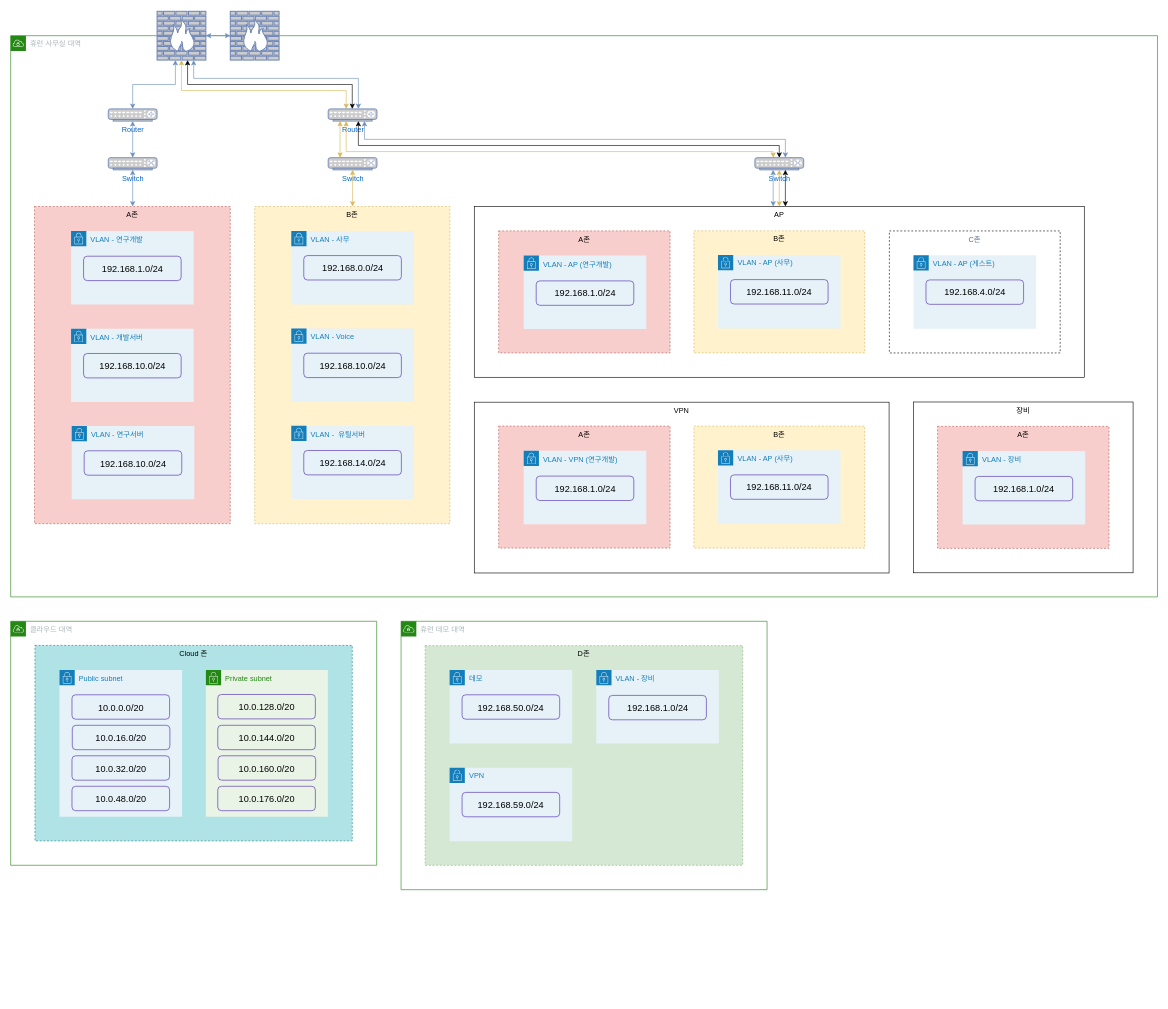
Before: page "To-Be" (2 of 2) of 네트워크.drawio in junho-nam/drawio, a draw.io diagram. Source tidied: cells renumbered, new cells numbered last; positions are measured from the earlier drawing's top-left corner, leaving out a move shared by most shapes. Both pictures are drawn from the tidied source at 61%, with x=0, y=0 at pixel (10, 11).
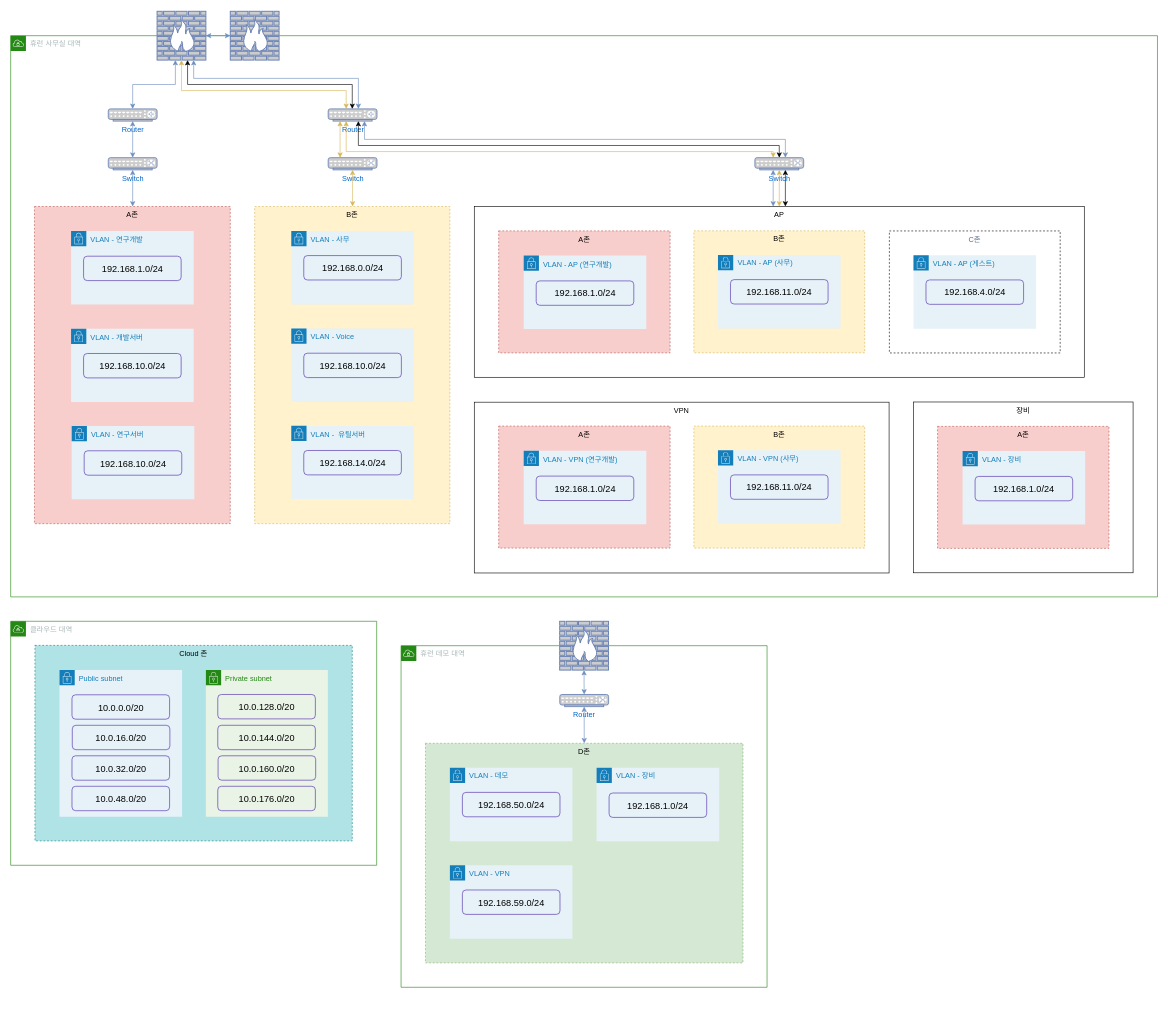
The same page after the edit.

Commit message (it also covers changes not shown here):
네트워크.drawio 업데이트

Unchanged cells that the change refers to:
```xml
<mxCell id="4" value="휴런 사무실 대역" style="gradientColor=none;html=1;whiteSpace=wrap;fontSize=12;fontStyle=0;shape=mxgraph.aws4.group;grIcon=mxgraph.aws4.group_vpc;strokeColor=#248814;fillColor=none;verticalAlign=top;align=left;spacingLeft=30;fontColor=#AAB7B8;dashed=0;rounded=1;shadow=0;glass=0;sketch=0;strokeWidth=1;" parent="1" vertex="1">
  <mxGeometry y="40" width="1880" height="920" as="geometry" />
</mxCell>
```

Change to the diagram source:
```diff
@@
-    <mxCell id="13" value="VLAN - AP (사무)" style="gradientColor=none;html=1;whiteSpace=wrap;fontSize=12;fontStyle=0;shape=mxgraph.aws4.group;grIcon=mxgraph.aws4.group_security_group;grStroke=0;strokeColor=#147EBA;fillColor=#E6F2F8;verticalAlign=top;align=left;spacingLeft=30;fontColor=#147EBA;dashed=0;rounded=1;shadow=0;glass=0;sketch=0;strokeWidth=1;" parent="4" vertex="1">
+    <mxCell id="13" value="VLAN - VPN (사무)" style="gradientColor=none;html=1;whiteSpace=wrap;fontSize=12;fontStyle=0;shape=mxgraph.aws4.group;grIcon=mxgraph.aws4.group_security_group;grStroke=0;strokeColor=#147EBA;fillColor=#E6F2F8;verticalAlign=top;align=left;spacingLeft=30;fontColor=#147EBA;dashed=0;rounded=1;shadow=0;glass=0;sketch=0;strokeWidth=1;" parent="4" vertex="1">
       <mxGeometry x="1159.5" y="679.5" width="201" height="120.5" as="geometry" />
     </mxCell>
@@
     <mxCell id="28" value="휴런 데모 대역" style="gradientColor=none;html=1;whiteSpace=wrap;fontSize=12;fontStyle=0;shape=mxgraph.aws4.group;grIcon=mxgraph.aws4.group_vpc;strokeColor=#248814;fillColor=none;verticalAlign=top;align=left;spacingLeft=30;fontColor=#AAB7B8;dashed=0;rounded=1;shadow=0;glass=0;sketch=0;strokeWidth=1;" parent="1" vertex="1">
-      <mxGeometry x="640" y="1000" width="600" height="440" as="geometry" />
+      <mxGeometry x="640" y="1040" width="600" height="560" as="geometry" />
     </mxCell>
     <mxCell id="29" value="D존" style="fillColor=#d5e8d4;strokeColor=#82b366;dashed=1;verticalAlign=top;fontStyle=0;" parent="28" vertex="1">
-      <mxGeometry x="39.5" y="40" width="520.5" height="360" as="geometry" />
+      <mxGeometry x="40" y="160" width="520.5" height="360" as="geometry" />
     </mxCell>
-    <mxCell id="30" value="데모" style="gradientColor=none;html=1;whiteSpace=wrap;fontSize=12;fontStyle=0;shape=mxgraph.aws4.group;grIcon=mxgraph.aws4.group_security_group;grStroke=0;strokeColor=#147EBA;fillColor=#E6F2F8;verticalAlign=top;align=left;spacingLeft=30;fontColor=#147EBA;dashed=0;rounded=1;shadow=0;glass=0;sketch=0;strokeWidth=1;" parent="28" vertex="1">
-      <mxGeometry x="79.5" y="80" width="201" height="120.5" as="geometry" />
+    <mxCell id="30" value="VLAN - 데모" style="gradientColor=none;html=1;whiteSpace=wrap;fontSize=12;fontStyle=0;shape=mxgraph.aws4.group;grIcon=mxgraph.aws4.group_security_group;grStroke=0;strokeColor=#147EBA;fillColor=#E6F2F8;verticalAlign=top;align=left;spacingLeft=30;fontColor=#147EBA;dashed=0;rounded=1;shadow=0;glass=0;sketch=0;strokeWidth=1;" parent="28" vertex="1">
+      <mxGeometry x="80" y="200" width="201" height="120.5" as="geometry" />
     </mxCell>
@@
-    <mxCell id="32" value="VPN" style="gradientColor=none;html=1;whiteSpace=wrap;fontSize=12;fontStyle=0;shape=mxgraph.aws4.group;grIcon=mxgraph.aws4.group_security_group;grStroke=0;strokeColor=#147EBA;fillColor=#E6F2F8;verticalAlign=top;align=left;spacingLeft=30;fontColor=#147EBA;dashed=0;rounded=1;shadow=0;glass=0;sketch=0;strokeWidth=1;" parent="28" vertex="1">
-      <mxGeometry x="79.5" y="240" width="201" height="120.5" as="geometry" />
+    <mxCell id="32" value="VLAN - VPN" style="gradientColor=none;html=1;whiteSpace=wrap;fontSize=12;fontStyle=0;shape=mxgraph.aws4.group;grIcon=mxgraph.aws4.group_security_group;grStroke=0;strokeColor=#147EBA;fillColor=#E6F2F8;verticalAlign=top;align=left;spacingLeft=30;fontColor=#147EBA;dashed=0;rounded=1;shadow=0;glass=0;sketch=0;strokeWidth=1;" parent="28" vertex="1">
+      <mxGeometry x="80" y="360" width="201" height="120.5" as="geometry" />
     </mxCell>
@@
     <mxCell id="34" value="VLAN - 장비" style="gradientColor=none;html=1;whiteSpace=wrap;fontSize=12;fontStyle=0;shape=mxgraph.aws4.group;grIcon=mxgraph.aws4.group_security_group;grStroke=0;strokeColor=#147EBA;fillColor=#E6F2F8;verticalAlign=top;align=left;spacingLeft=30;fontColor=#147EBA;dashed=0;rounded=1;shadow=0;glass=0;sketch=0;strokeWidth=1;" parent="28" vertex="1">
-      <mxGeometry x="320" y="80" width="201" height="120.5" as="geometry" />
+      <mxGeometry x="320.5" y="200" width="201" height="120.5" as="geometry" />
     </mxCell>
@@
+    <mxCell id="81" style="fontColor=#0066CC;verticalAlign=top;verticalLabelPosition=bottom;labelPosition=center;align=center;html=1;outlineConnect=0;fillColor=#CCCCCC;strokeColor=#6881B3;gradientColor=none;gradientDirection=north;strokeWidth=2;shape=mxgraph.networks.firewall;" parent="28" vertex="1">
+      <mxGeometry x="260" y="-40" width="80" height="80" as="geometry" />
+    </mxCell>
+    <mxCell id="82" value="Router" style="fontColor=#0066CC;verticalAlign=top;verticalLabelPosition=bottom;labelPosition=center;align=center;html=1;outlineConnect=0;fillColor=#CCCCCC;strokeColor=#6881B3;gradientColor=none;gradientDirection=north;strokeWidth=2;shape=mxgraph.networks.switch;" parent="28" vertex="1">
+      <mxGeometry x="260.2" y="80" width="80" height="20" as="geometry" />
+    </mxCell>
+    <mxCell id="83" style="edgeStyle=orthogonalEdgeStyle;rounded=0;jettySize=auto;html=1;startArrow=classic;startFill=1;endArrow=classic;endFill=1;fillColor=#dae8fc;strokeColor=#6c8ebf;" parent="28" edge="1" source="81" target="82">
+      <mxGeometry relative="1" as="geometry" />
+    </mxCell>
+    <mxCell id="84" style="edgeStyle=orthogonalEdgeStyle;rounded=0;jettySize=auto;html=1;startArrow=classic;startFill=1;endArrow=classic;endFill=1;fillColor=#dae8fc;strokeColor=#6c8ebf;" parent="28" edge="1" source="82" target="29">
+      <mxGeometry relative="1" as="geometry" />
+    </mxCell>
```
